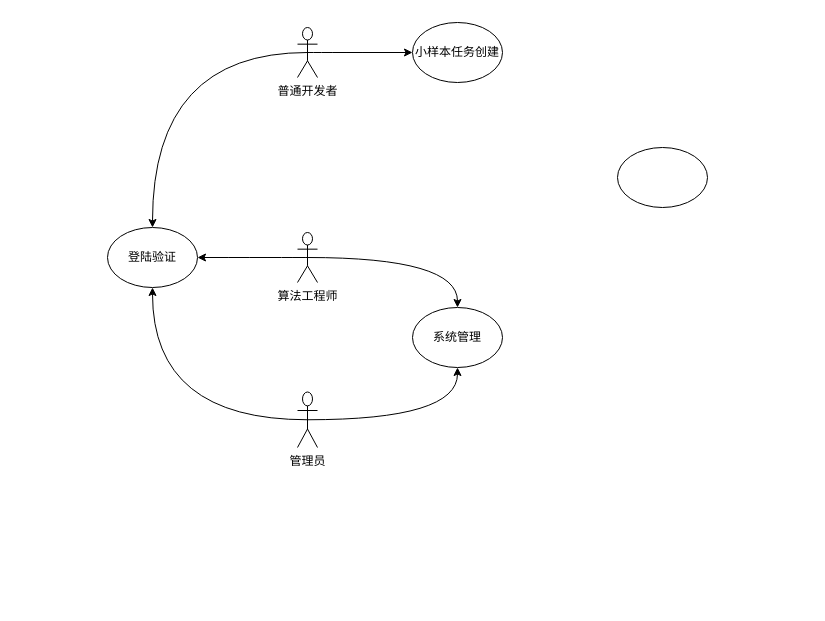
foreignbill/drawio keeps this draw.io diagram as 开发过程图.drawio. Above is the earlier version. Source tidied: cells renumbered, new cells numbered last; positions are measured from the earlier drawing's top-left corner, leaving out a move shared by most shapes. Both pictures are drawn from the tidied source at 100%, with x=0, y=0 at pixel (107, 22).
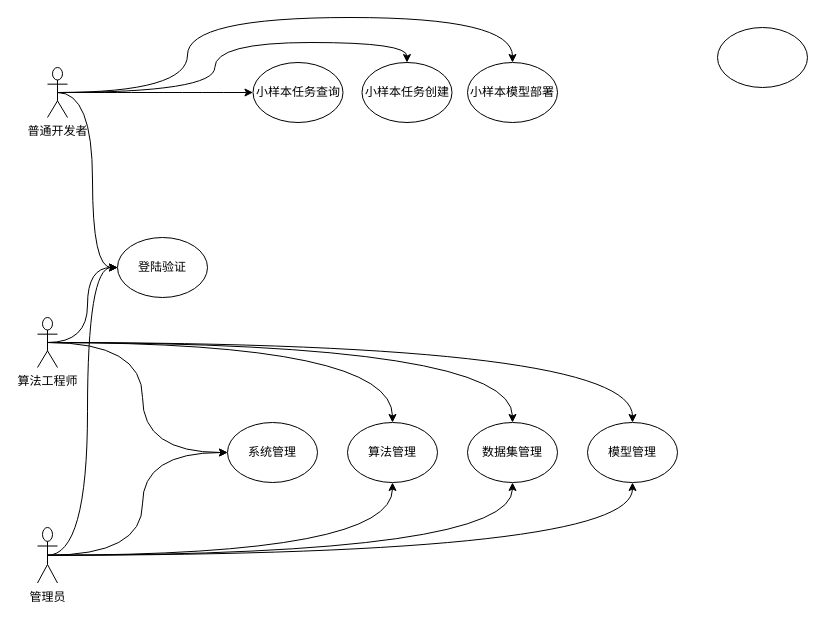
The same page after the edit.

Commit message:
更新开发过程图.drawio

What changed in the source:
```diff
@@
-    <mxCell id="2" style="edgeStyle=orthogonalEdgeStyle;rounded=0;jettySize=auto;html=1;exitX=0.5;exitY=0.5;exitDx=0;exitDy=0;exitPerimeter=0;entryX=0;entryY=0.5;entryDx=0;entryDy=0;curved=1;" parent="1" edge="1" source="4" target="12">
+    <mxCell id="2" style="edgeStyle=orthogonalEdgeStyle;rounded=0;jettySize=auto;html=1;exitX=0.5;exitY=0.5;exitDx=0;exitDy=0;exitPerimeter=0;entryX=0.5;entryY=0;entryDx=0;entryDy=0;curved=1;" parent="1" edge="1" source="4" target="12">
       <mxGeometry relative="1" as="geometry" />
     </mxCell>
-    <mxCell id="3" style="edgeStyle=orthogonalEdgeStyle;rounded=0;jettySize=auto;html=1;exitX=0.5;exitY=0.5;exitDx=0;exitDy=0;exitPerimeter=0;entryX=0.5;entryY=0;entryDx=0;entryDy=0;curved=1;" parent="1" edge="1" source="4" target="14">
+    <mxCell id="3" style="edgeStyle=orthogonalEdgeStyle;rounded=0;jettySize=auto;html=1;exitX=0.5;exitY=0.5;exitDx=0;exitDy=0;exitPerimeter=0;entryX=0;entryY=0.5;entryDx=0;entryDy=0;curved=1;" parent="1" edge="1" source="4" target="14">
       <mxGeometry relative="1" as="geometry" />
     </mxCell>
+    <mxCell id="15" style="edgeStyle=orthogonalEdgeStyle;rounded=0;jettySize=auto;html=1;exitX=0.5;exitY=0.5;exitDx=0;exitDy=0;exitPerimeter=0;entryX=0;entryY=0.5;entryDx=0;entryDy=0;curved=1;" parent="1" edge="1" source="4" target="24">
+      <mxGeometry relative="1" as="geometry" />
+    </mxCell>
+    <mxCell id="16" style="edgeStyle=orthogonalEdgeStyle;rounded=0;jettySize=auto;html=1;exitX=0.5;exitY=0.5;exitDx=0;exitDy=0;exitPerimeter=0;entryX=0.5;entryY=0;entryDx=0;entryDy=0;curved=1;" parent="1" edge="1" source="4" target="27">
+      <mxGeometry relative="1" as="geometry">
+        <Array as="points">
+          <mxPoint x="80" y="70" />
+          <mxPoint x="80" y="-5" />
+          <mxPoint x="405" y="-5" />
+        </Array>
+      </mxGeometry>
+    </mxCell>
     <mxCell id="4" value="普通开发者" style="shape=umlActor;verticalLabelPosition=bottom;verticalAlign=top;html=1;outlineConnect=0;" parent="1" vertex="1">
-      <mxGeometry x="190" y="5" width="20" height="50" as="geometry" />
+      <mxGeometry x="-60" y="45" width="20" height="50" as="geometry" />
     </mxCell>
+    <mxCell id="17" style="edgeStyle=orthogonalEdgeStyle;rounded=0;jettySize=auto;html=1;exitX=0.5;exitY=0.5;exitDx=0;exitDy=0;exitPerimeter=0;curved=1;" parent="1" edge="1" source="7" target="23">
+      <mxGeometry relative="1" as="geometry" />
+    </mxCell>
-    <mxCell id="5" style="edgeStyle=orthogonalEdgeStyle;rounded=0;jettySize=auto;html=1;exitX=0.5;exitY=0.5;exitDx=0;exitDy=0;exitPerimeter=0;entryX=1;entryY=0.5;entryDx=0;entryDy=0;curved=1;" parent="1" edge="1" source="7" target="14">
+    <mxCell id="5" style="edgeStyle=orthogonalEdgeStyle;rounded=0;jettySize=auto;html=1;exitX=0.5;exitY=0.5;exitDx=0;exitDy=0;exitPerimeter=0;entryX=0;entryY=0.5;entryDx=0;entryDy=0;curved=1;" parent="1" edge="1" source="7" target="14">
       <mxGeometry relative="1" as="geometry" />
     </mxCell>
-    <mxCell id="6" style="edgeStyle=orthogonalEdgeStyle;rounded=0;jettySize=auto;html=1;exitX=0.5;exitY=0.5;exitDx=0;exitDy=0;exitPerimeter=0;curved=1;" parent="1" edge="1" source="7" target="11">
+    <mxCell id="6" style="edgeStyle=orthogonalEdgeStyle;rounded=0;jettySize=auto;html=1;exitX=0.5;exitY=0.5;exitDx=0;exitDy=0;exitPerimeter=0;entryX=0;entryY=0.5;entryDx=0;entryDy=0;curved=1;" parent="1" edge="1" source="7" target="11">
       <mxGeometry relative="1" as="geometry" />
     </mxCell>
+    <mxCell id="18" style="edgeStyle=orthogonalEdgeStyle;rounded=0;jettySize=auto;html=1;exitX=0.5;exitY=0.5;exitDx=0;exitDy=0;exitPerimeter=0;entryX=0.5;entryY=0;entryDx=0;entryDy=0;curved=1;" parent="1" edge="1" source="7" target="25">
+      <mxGeometry relative="1" as="geometry" />
+    </mxCell>
+    <mxCell id="19" style="edgeStyle=orthogonalEdgeStyle;rounded=0;jettySize=auto;html=1;exitX=0.5;exitY=0.5;exitDx=0;exitDy=0;exitPerimeter=0;entryX=0.5;entryY=0;entryDx=0;entryDy=0;curved=1;" parent="1" edge="1" source="7" target="26">
+      <mxGeometry relative="1" as="geometry" />
+    </mxCell>
     <mxCell id="7" value="算法工程师" style="shape=umlActor;verticalLabelPosition=bottom;verticalAlign=top;html=1;outlineConnect=0;" parent="1" vertex="1">
-      <mxGeometry x="190" y="210" width="20" height="50" as="geometry" />
+      <mxGeometry x="-70" y="295" width="20" height="50" as="geometry" />
     </mxCell>
+    <mxCell id="20" style="edgeStyle=orthogonalEdgeStyle;rounded=0;jettySize=auto;html=1;exitX=0.5;exitY=0.5;exitDx=0;exitDy=0;exitPerimeter=0;entryX=0.5;entryY=1;entryDx=0;entryDy=0;curved=1;" parent="1" edge="1" source="10" target="23">
+      <mxGeometry relative="1" as="geometry" />
+    </mxCell>
+    <mxCell id="9" style="edgeStyle=orthogonalEdgeStyle;rounded=0;jettySize=auto;html=1;exitX=0.5;exitY=0.5;exitDx=0;exitDy=0;exitPerimeter=0;entryX=0;entryY=0.5;entryDx=0;entryDy=0;curved=1;" parent="1" edge="1" source="10" target="11">
+      <mxGeometry relative="1" as="geometry" />
+    </mxCell>
-    <mxCell id="8" style="edgeStyle=orthogonalEdgeStyle;rounded=0;jettySize=auto;html=1;exitX=0.5;exitY=0.5;exitDx=0;exitDy=0;exitPerimeter=0;entryX=0.5;entryY=1;entryDx=0;entryDy=0;curved=1;" parent="1" edge="1" source="10" target="14">
+    <mxCell id="8" style="edgeStyle=orthogonalEdgeStyle;rounded=0;jettySize=auto;html=1;exitX=0.5;exitY=0.5;exitDx=0;exitDy=0;exitPerimeter=0;entryX=0;entryY=0.5;entryDx=0;entryDy=0;curved=1;" parent="1" edge="1" source="10" target="14">
       <mxGeometry relative="1" as="geometry" />
     </mxCell>
-    <mxCell id="9" style="edgeStyle=orthogonalEdgeStyle;rounded=0;jettySize=auto;html=1;exitX=0.5;exitY=0.5;exitDx=0;exitDy=0;exitPerimeter=0;entryX=0.5;entryY=1;entryDx=0;entryDy=0;curved=1;" parent="1" edge="1" source="10" target="11">
-      <mxGeometry relative="1" as="geometry" />
-    </mxCell>
+    <mxCell id="21" style="edgeStyle=orthogonalEdgeStyle;rounded=0;jettySize=auto;html=1;exitX=0.5;exitY=0.5;exitDx=0;exitDy=0;exitPerimeter=0;entryX=0.5;entryY=1;entryDx=0;entryDy=0;curved=1;" parent="1" edge="1" source="10" target="25">
+      <mxGeometry relative="1" as="geometry" />
+    </mxCell>
+    <mxCell id="22" style="edgeStyle=orthogonalEdgeStyle;rounded=0;jettySize=auto;html=1;exitX=0.5;exitY=0.5;exitDx=0;exitDy=0;exitPerimeter=0;entryX=0.5;entryY=1;entryDx=0;entryDy=0;curved=1;" parent="1" edge="1" source="10" target="26">
+      <mxGeometry relative="1" as="geometry" />
+    </mxCell>
     <mxCell id="10" value="管理员" style="shape=umlActor;verticalLabelPosition=bottom;verticalAlign=top;html=1;outlineConnect=0;" parent="1" vertex="1">
-      <mxGeometry x="190" y="369.5" width="20" height="55.5" as="geometry" />
+      <mxGeometry x="-70" y="505" width="20" height="55.5" as="geometry" />
     </mxCell>
     <mxCell id="11" value="系统管理" style="ellipse;whiteSpace=wrap;html=1;" parent="1" vertex="1">
-      <mxGeometry x="305" y="285" width="90" height="60" as="geometry" />
+      <mxGeometry x="120" y="400" width="90" height="60" as="geometry" />
     </mxCell>
     <mxCell id="12" value="小样本任务创建" style="ellipse;whiteSpace=wrap;html=1;" parent="1" vertex="1">
-      <mxGeometry x="305" width="90" height="60" as="geometry" />
+      <mxGeometry x="254.5" y="40" width="90" height="60" as="geometry" />
     </mxCell>
     <mxCell id="13" style="ellipse;whiteSpace=wrap;html=1;" parent="1" vertex="1">
-      <mxGeometry x="510" y="125" width="90" height="60" as="geometry" />
+      <mxGeometry x="610" y="5" width="90" height="60" as="geometry" />
     </mxCell>
     <mxCell id="14" value="登陆验证" style="ellipse;whiteSpace=wrap;html=1;" parent="1" vertex="1">
-      <mxGeometry y="205" width="90" height="60" as="geometry" />
+      <mxGeometry x="10" y="215" width="90" height="60" as="geometry" />
     </mxCell>
+    <mxCell id="23" value="算法管理" style="ellipse;whiteSpace=wrap;html=1;" parent="1" vertex="1">
+      <mxGeometry x="240" y="400" width="90" height="60" as="geometry" />
+    </mxCell>
+    <mxCell id="24" value="小样本任务查询" style="ellipse;whiteSpace=wrap;html=1;" parent="1" vertex="1">
+      <mxGeometry x="145.5" y="40" width="90" height="60" as="geometry" />
+    </mxCell>
+    <mxCell id="25" value="数据集管理" style="ellipse;whiteSpace=wrap;html=1;" parent="1" vertex="1">
+      <mxGeometry x="360" y="400" width="90" height="60" as="geometry" />
+    </mxCell>
+    <mxCell id="26" value="模型管理" style="ellipse;whiteSpace=wrap;html=1;" parent="1" vertex="1">
+      <mxGeometry x="480" y="400" width="90" height="60" as="geometry" />
+    </mxCell>
+    <mxCell id="27" value="小样本模型部署" style="ellipse;whiteSpace=wrap;html=1;" parent="1" vertex="1">
+      <mxGeometry x="360" y="40" width="90" height="60" as="geometry" />
+    </mxCell>
```
